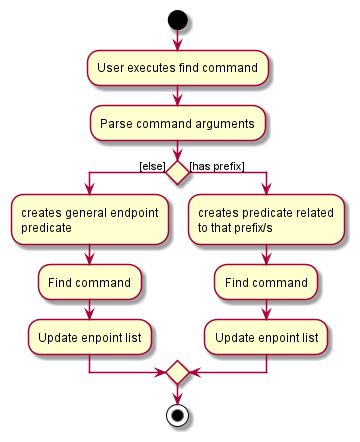
Above: docs/images/FindActivityDiagram.png in nus-cs2103-AY2021S2/tp (PlantUML), before the change.
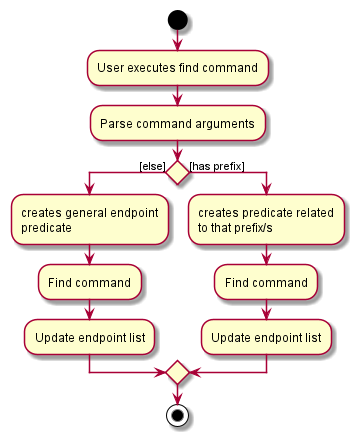
Later version of the same file.

Change to the diagram source:
```diff
@@ -7,12 +7,12 @@
     :creates general endpoint
     predicate;
     :Find command;
-    :Update enpoint list;
+    :Update endpoint list;
 else ([has prefix])
     :creates predicate related
     to that prefix/s;
     :Find command;
-    :Update enpoint list;
+    :Update endpoint list;
 endif
 stop
 @enduml
```
